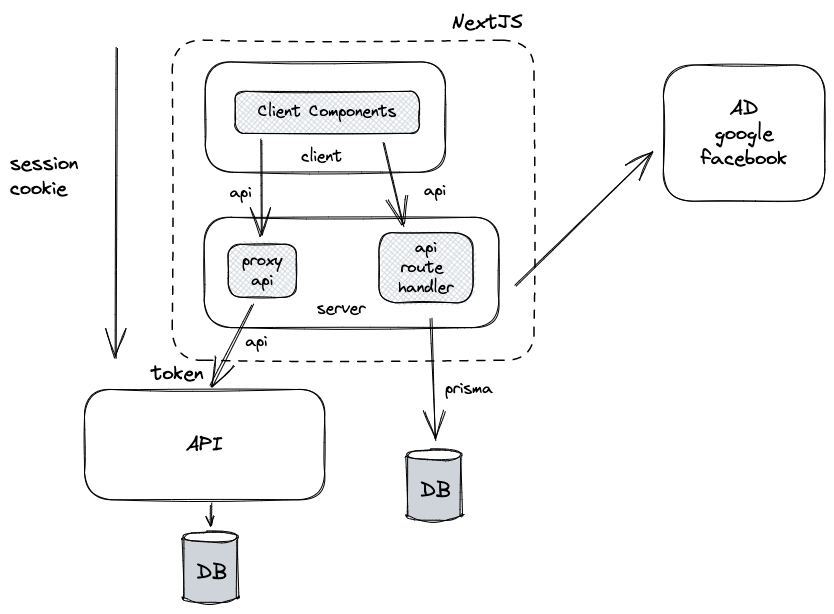
Euricom/training-nextjs-app-router keeps this Excalidraw diagram as packages/next-app-query/design.excalidraw.png. Above is the earlier version. Source tidied: one line per element, renumbered; positions are measured from the earlier drawing's top-left corner, leaving out a move shared by most shapes.
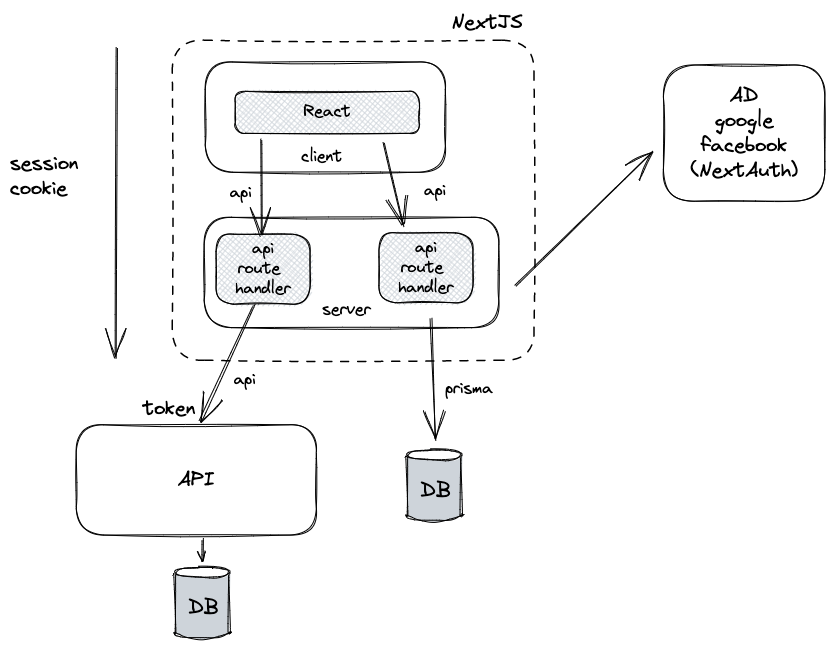
After the commit.

The edit, as a diff of the source:
```diff
@@ -1,35 +1,35 @@
 {"id": 0, "type": "rectangle", "strokeColor": "#000000", "strokeWidth": 1, "strokeStyle": "dashed", "roughness": 1, "round": true, "x": 162, "y": 30, "width": 362, "height": 320}
 {"id": 1, "type": "rectangle", "strokeColor": "#000000", "strokeWidth": 1, "roughness": 1, "round": true, "x": 195, "y": 52, "width": 240, "height": 110}
 {"id": 2, "type": "rectangle", "strokeColor": "#000000", "strokeWidth": 1, "roughness": 1, "round": true, "x": 194, "y": 207, "width": 295, "height": 110}
-{"id": 3, "type": "rectangle", "strokeColor": "#000000", "strokeWidth": 1, "roughness": 1, "round": true, "x": 75, "y": 380, "width": 240, "height": 110}
+{"id": 3, "type": "rectangle", "strokeColor": "#000000", "strokeWidth": 1, "roughness": 1, "round": true, "x": 66, "y": 415, "width": 240, "height": 110}
-{"id": 4, "type": "text", "text": "API", "strokeColor": "#000000", "strokeWidth": 1, "roughness": 1, "fontSize": 20, "fontFamily": 1, "textAlign": "center", "verticalAlign": "middle", "inside": 3, "x": 176, "y": 422, "width": 37, "height": 25}
+{"id": 4, "type": "text", "text": "API", "strokeColor": "#000000", "strokeWidth": 1, "roughness": 1, "fontSize": 20, "fontFamily": 1, "textAlign": "center", "verticalAlign": "middle", "inside": 3, "x": 168, "y": 457, "width": 37, "height": 25}
 {"id": 5, "type": "line", "strokeColor": "#000000", "backgroundColor": "#ced4da", "fillStyle": "solid", "strokeWidth": 1, "roughness": 1, "round": true, "x": 397, "y": 446, "width": 55, "height": 71, "points": [[0, 0], [0, 53], [0, 59], [3, 62], [13, 64], [29, 65], [45, 64], [53, 61], [55, 59], [55, 54], [55, 4], [54, 0], [51, -3], [43, -4], [27, -6], [13, -5], [2, -2], [0, 0], [0, 0]]}
 {"id": 6, "type": "ellipse", "strokeColor": "#000000", "backgroundColor": "#fff", "fillStyle": "solid", "strokeWidth": 1, "roughness": 1, "x": 397, "y": 440, "width": 54, "height": 11}
 {"id": 7, "type": "arrow", "strokeColor": "#000000", "strokeWidth": 1, "roughness": 1, "endArrowhead": "arrow", "round": true, "from": 25, "to": 6, "x": 421, "y": 308, "width": 5, "height": 122, "points": [[0, 0], [5, 122]]}
 {"id": 8, "type": "text", "text": "DB", "strokeColor": "#000000", "strokeWidth": 1, "roughness": 1, "fontSize": 20, "fontFamily": 1, "x": 411, "y": 468, "width": 30, "height": 25}
-{"id": 9, "type": "line", "strokeColor": "#000000", "backgroundColor": "#ced4da", "fillStyle": "solid", "strokeWidth": 1, "roughness": 1, "round": true, "x": 173, "y": 528, "width": 55, "height": 71, "points": [[0, 0], [0, 53], [0, 59], [3, 62], [13, 64], [29, 65], [45, 64], [53, 61], [55, 59], [55, 54], [55, 4], [54, 0], [51, -3], [43, -4], [27, -6], [13, -5], [2, -2], [0, 0], [0, 0]]}
+{"id": 9, "type": "line", "strokeColor": "#000000", "backgroundColor": "#ced4da", "fillStyle": "solid", "strokeWidth": 1, "roughness": 1, "round": true, "x": 165, "y": 563, "width": 55, "height": 71, "points": [[0, 0], [0, 53], [0, 59], [3, 62], [13, 64], [29, 65], [45, 64], [53, 61], [55, 59], [55, 54], [55, 4], [54, 0], [51, -3], [43, -4], [27, -6], [13, -5], [2, -2], [0, 0], [0, 0]]}
-{"id": 10, "type": "ellipse", "strokeColor": "#000000", "backgroundColor": "#fff", "fillStyle": "solid", "strokeWidth": 1, "roughness": 1, "x": 173, "y": 522, "width": 54, "height": 11}
+{"id": 10, "type": "ellipse", "strokeColor": "#000000", "backgroundColor": "#fff", "fillStyle": "solid", "strokeWidth": 1, "roughness": 1, "x": 165, "y": 557, "width": 54, "height": 11}
-{"id": 11, "type": "text", "text": "DB", "strokeColor": "#000000", "strokeWidth": 1, "roughness": 1, "fontSize": 20, "fontFamily": 1, "x": 187, "y": 550, "width": 30, "height": 25}
+{"id": 11, "type": "text", "text": "DB", "strokeColor": "#000000", "strokeWidth": 1, "roughness": 1, "fontSize": 20, "fontFamily": 1, "x": 178, "y": 585, "width": 30, "height": 25}
-{"id": 12, "type": "arrow", "strokeColor": "#000000", "strokeWidth": 1, "roughness": 1, "endArrowhead": "arrow", "round": true, "from": 3, "to": 10, "x": 201, "y": 493, "width": 1, "height": 23, "points": [[0, 0], [1, 23]]}
+{"id": 12, "type": "arrow", "strokeColor": "#000000", "strokeWidth": 1, "roughness": 1, "endArrowhead": "arrow", "round": true, "from": 3, "to": 10, "x": 193, "y": 529, "width": 1, "height": 23, "points": [[0, 0], [1, 23]]}
-{"id": 13, "type": "arrow", "strokeColor": "#000000", "strokeWidth": 1, "roughness": 1, "endArrowhead": "arrow", "round": true, "from": 19, "to": 27, "x": 251, "y": 130, "width": 1, "height": 95, "points": [[0, 0], [1, 95]]}
+{"id": 13, "type": "arrow", "strokeColor": "#000000", "strokeWidth": 1, "roughness": 1, "endArrowhead": "arrow", "round": true, "from": 19, "x": 251, "y": 130, "width": 1, "height": 95, "points": [[0, 0], [1, 95]]}
 {"id": 14, "type": "text", "text": "client", "strokeColor": "#000000", "strokeWidth": 1, "roughness": 1, "fontSize": 16, "fontFamily": 1, "x": 291, "y": 137, "width": 41, "height": 20}
-{"id": 15, "type": "text", "text": "server", "strokeColor": "#000000", "strokeWidth": 1, "roughness": 1, "fontSize": 16, "fontFamily": 1, "x": 307, "y": 289, "width": 48, "height": 20}
+{"id": 15, "type": "text", "text": "server", "strokeColor": "#000000", "strokeWidth": 1, "roughness": 1, "fontSize": 16, "fontFamily": 1, "x": 312, "y": 290, "width": 48, "height": 20}
-{"id": 16, "type": "arrow", "strokeColor": "#000000", "strokeWidth": 1, "roughness": 1, "endArrowhead": "arrow", "round": true, "from": 27, "to": 3, "x": 242, "y": 295, "width": 41, "height": 80, "points": [[0, 0], [-41, 80]]}
+{"id": 16, "type": "arrow", "strokeColor": "#000000", "strokeWidth": 1, "roughness": 1, "endArrowhead": "arrow", "round": true, "from": 35, "to": 3, "x": 244, "y": 295, "width": 54, "height": 115, "points": [[0, 0], [-54, 115]]}
 {"id": 17, "type": "text", "text": "NextJS", "strokeColor": "#000000", "strokeWidth": 1, "roughness": 1, "fontSize": 20, "fontFamily": 1, "x": 441, "y": 0, "width": 71, "height": 25}
 {"id": 18, "type": "arrow", "strokeColor": "#000000", "strokeWidth": 1, "roughness": 1, "endArrowhead": "arrow", "round": true, "from": 19, "to": 25, "x": 374, "y": 132, "width": 20, "height": 85, "points": [[0, 0], [20, 85]]}
 {"id": 19, "type": "rectangle", "strokeColor": "#000000", "backgroundColor": "#ced4da", "fillStyle": "cross-hatch", "strokeWidth": 1, "roughness": 1, "round": true, "x": 225, "y": 81, "width": 184, "height": 42}
-{"id": 20, "type": "text", "text": "Client Components", "strokeColor": "#000000", "backgroundColor": "#ced4da", "fillStyle": "cross-hatch", "strokeWidth": 1, "roughness": 1, "fontSize": 16, "fontFamily": 1, "textAlign": "center", "verticalAlign": "middle", "inside": 19, "x": 248, "y": 92, "width": 139, "height": 20}
+{"id": 20, "type": "text", "text": "React", "strokeColor": "#000000", "backgroundColor": "#ced4da", "fillStyle": "cross-hatch", "strokeWidth": 1, "roughness": 1, "fontSize": 16, "fontFamily": 1, "textAlign": "center", "verticalAlign": "middle", "inside": 19, "x": 294, "y": 92, "width": 47, "height": 20}
 {"id": 21, "type": "text", "text": "api", "strokeColor": "#000000", "strokeWidth": 1, "roughness": 1, "fontSize": 16, "fontFamily": 1, "textAlign": "center", "x": 414, "y": 171, "width": 22, "height": 20}
 {"id": 22, "type": "text", "text": "api", "strokeColor": "#000000", "strokeWidth": 1, "roughness": 1, "fontSize": 16, "fontFamily": 1, "textAlign": "center", "x": 220, "y": 173, "width": 22, "height": 20}
-{"id": 23, "type": "text", "text": "api", "strokeColor": "#000000", "strokeWidth": 1, "roughness": 1, "fontSize": 16, "fontFamily": 1, "textAlign": "center", "x": 235, "y": 322, "width": 22, "height": 20}
+{"id": 23, "type": "text", "text": "api", "strokeColor": "#000000", "strokeWidth": 1, "roughness": 1, "fontSize": 16, "fontFamily": 1, "textAlign": "center", "x": 224, "y": 360, "width": 22, "height": 20}
 {"id": 24, "type": "text", "text": "prisma", "strokeColor": "#000000", "strokeWidth": 1, "roughness": 1, "fontSize": 16, "fontFamily": 1, "textAlign": "center", "x": 435, "y": 369, "width": 48, "height": 20}
 {"id": 25, "type": "rectangle", "strokeColor": "#000000", "backgroundColor": "#ced4da", "fillStyle": "cross-hatch", "strokeWidth": 1, "roughness": 1, "round": true, "x": 369, "y": 223, "width": 94, "height": 70}
 {"id": 26, "type": "text", "text": "api\nroute \nhandler", "strokeColor": "#000000", "backgroundColor": "#ced4da", "fillStyle": "cross-hatch", "strokeWidth": 1, "roughness": 1, "fontSize": 16, "fontFamily": 1, "textAlign": "center", "verticalAlign": "middle", "inside": 25, "x": 388, "y": 228, "width": 55, "height": 60}
-{"id": 27, "type": "rectangle", "strokeColor": "#000000", "backgroundColor": "#ced4da", "fillStyle": "cross-hatch", "strokeWidth": 1, "roughness": 1, "round": true, "x": 218, "y": 234, "width": 68, "height": 53}
-{"id": 28, "type": "text", "text": "proxy\napi", "strokeColor": "#000000", "backgroundColor": "#ced4da", "fillStyle": "cross-hatch", "strokeWidth": 1, "roughness": 1, "fontSize": 16, "fontFamily": 1, "textAlign": "center", "verticalAlign": "middle", "inside": 27, "x": 232, "y": 241, "width": 40, "height": 40}
 {"id": 29, "type": "arrow", "strokeColor": "#000000", "strokeWidth": 1, "roughness": 1, "endArrowhead": "arrow", "round": true, "x": 107, "y": 38, "width": 1, "height": 310, "points": [[0, 0], [-1, 310]]}
 {"id": 30, "type": "text", "text": "session\ncookie", "strokeColor": "#000000", "strokeWidth": 1, "roughness": 1, "fontSize": 20, "fontFamily": 1, "x": 0, "y": 141, "width": 68, "height": 50}
 {"id": 31, "type": "rectangle", "strokeColor": "#000000", "strokeWidth": 1, "roughness": 1, "round": true, "x": 653, "y": 55, "width": 161, "height": 136}
-{"id": 32, "type": "text", "text": "AD\ngoogle\nfacebook", "strokeColor": "#000000", "strokeWidth": 1, "roughness": 1, "fontSize": 20, "fontFamily": 1, "textAlign": "center", "verticalAlign": "middle", "inside": 31, "x": 691, "y": 86, "width": 86, "height": 75}
+{"id": 32, "type": "text", "text": "AD\ngoogle\nfacebook\n(NextAuth)", "strokeColor": "#000000", "strokeWidth": 1, "roughness": 1, "fontSize": 20, "fontFamily": 1, "textAlign": "center", "verticalAlign": "middle", "inside": 31, "x": 681, "y": 73, "width": 107, "height": 100}
 {"id": 33, "type": "arrow", "strokeColor": "#000000", "strokeWidth": 1, "roughness": 1, "endArrowhead": "arrow", "round": true, "from": 2, "to": 31, "x": 506, "y": 276, "width": 136, "height": 134, "points": [[0, 0], [136, -134]]}
-{"id": 34, "type": "text", "text": "token", "strokeColor": "#000000", "strokeWidth": 1, "roughness": 1, "fontSize": 20, "fontFamily": 1, "x": 141, "y": 351, "width": 52, "height": 25}
+{"id": 34, "type": "text", "text": "token", "strokeColor": "#000000", "strokeWidth": 1, "roughness": 1, "fontSize": 20, "fontFamily": 1, "x": 133, "y": 386, "width": 52, "height": 25}
+{"id": 35, "type": "rectangle", "strokeColor": "#000000", "backgroundColor": "#ced4da", "fillStyle": "cross-hatch", "strokeWidth": 1, "roughness": 1, "round": true, "x": 206, "y": 224, "width": 94, "height": 70}
+{"id": 36, "type": "text", "text": "api\nroute \nhandler", "strokeColor": "#000000", "backgroundColor": "#ced4da", "fillStyle": "cross-hatch", "strokeWidth": 1, "roughness": 1, "fontSize": 16, "fontFamily": 1, "textAlign": "center", "verticalAlign": "middle", "inside": 35, "x": 226, "y": 229, "width": 55, "height": 60}
```
